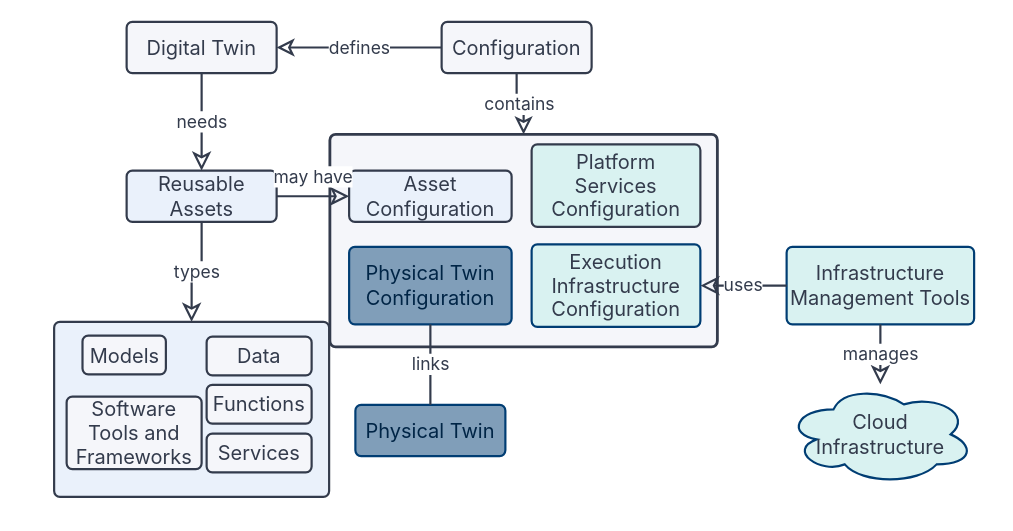
The draw.io diagram page 20 of 26 of docs/assets/diagrams/dtaas-diagrams.drawio in INTO-CPS-Association/DTaaS, before the edit. Source tidied: cells renumbered, new cells numbered last; positions are measured from the earlier drawing's top-left corner, leaving out a move shared by most shapes. Both pictures are drawn from the tidied source at 125%, with x=0, y=0 at pixel (54, 21).
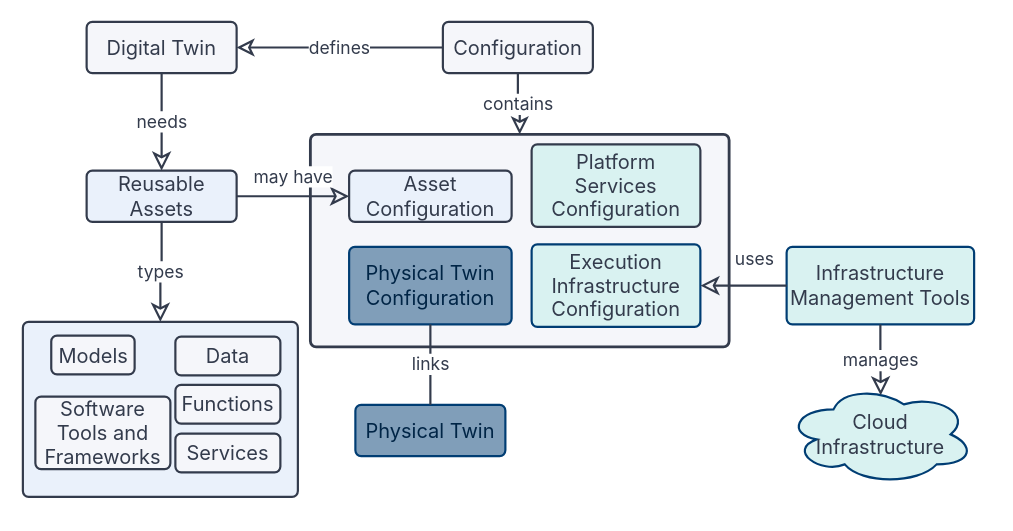
The same diagram, later.

The change refers to these unchanged cells:
```xml
<mxCell id="3" style="group;" parent="2" vertex="1">
  <mxGeometry width="673" height="380" as="geometry" />
</mxCell>
<mxCell id="21" value="&lt;font style=&quot;font-size: 16px;&quot;&gt;Execution Infrastructure Configuration&lt;/font&gt;" style="rounded=1;whiteSpace=wrap;html=1;fillColor=#d9f2f1;strokeWidth=1.75;gradientColor=#d9f2f1;strokeColor=#003d73;absoluteArcSize=1;arcSize=9.25;fontColor=#333b4c;fontFamily=Inter;fontSize=16;" parent="3" vertex="1">
  <mxGeometry x="372" y="178" width="135" height="66" as="geometry" />
</mxCell>
<mxCell id="22" value="&lt;span style=&quot;font-size: 16px;&quot;&gt;Infrastructure Management Tools&lt;/span&gt;" style="rounded=1;whiteSpace=wrap;html=1;fillColor=#d9f2f1;strokeWidth=1.75;gradientColor=#d9f2f1;strokeColor=#003d73;absoluteArcSize=1;arcSize=9.25;fontColor=#333b4c;fontFamily=Inter;fontSize=16;" parent="3" vertex="1">
  <mxGeometry x="576" y="180" width="150" height="62" as="geometry" />
</mxCell>
<mxCell id="23" value="Cloud &lt;br&gt;Infrastructure" style="ellipse;shape=cloud;whiteSpace=wrap;html=1;fontSize=16;strokeWidth=1.75;fillColor=#d9f2f1;gradientColor=#d9f2f1;strokeColor=#003d73;fontColor=#333b4c;fontFamily=Inter;" parent="3" vertex="1">
  <mxGeometry x="576" y="290" width="150" height="80" as="geometry" />
</mxCell>
```

Change to the diagram source:
```diff
@@
     <mxCell id="4" style="rounded=1;whiteSpace=wrap;html=1;fillColor=#f5f6fa;strokeWidth=2.25;strokeColor=#333b4c;absoluteArcSize=1;arcSize=9.25;" parent="3" vertex="1">
-      <mxGeometry x="210.6" y="90" width="310" height="170" as="geometry" />
+      <mxGeometry x="195" y="90" width="335" height="170" as="geometry" />
     </mxCell>
     <mxCell id="5" value="&lt;font style=&quot;font-size: 16px;&quot;&gt;Digital Twin&lt;/font&gt;" style="rounded=1;whiteSpace=wrap;html=1;fontColor=#333b4c;fillColor=#f5f6fa;strokeWidth=1.75;strokeColor=#333b4c;absoluteArcSize=1;arcSize=9.25;fontFamily=Inter;fontSize=16;" parent="3" vertex="1">
-      <mxGeometry x="48" width="120" height="41" as="geometry" />
+      <mxGeometry x="16" width="120" height="41" as="geometry" />
     </mxCell>
     <mxCell id="6" value="&lt;font style=&quot;font-size: 16px;&quot;&gt;Reusable Assets&lt;/font&gt;" style="rounded=1;whiteSpace=wrap;html=1;fillColor=#eaf1fb;strokeWidth=1.75;strokeColor=#333b4c;absoluteArcSize=1;arcSize=9.25;fontColor=#333b4c;fontFamily=Inter;fontSize=16;" parent="3" vertex="1">
-      <mxGeometry x="48" y="119" width="120" height="41" as="geometry" />
+      <mxGeometry x="16" y="119" width="120" height="41" as="geometry" />
     </mxCell>
@@
     <mxCell id="8" style="group;" parent="3" vertex="1">
-      <mxGeometry y="240" width="185" height="140" as="geometry" />
+      <mxGeometry x="-25" y="240" width="185" height="140" as="geometry" />
     </mxCell>
@@
     <mxCell id="15" value="&lt;font style=&quot;font-size: 16px;&quot;&gt;Configuration&lt;/font&gt;" style="rounded=1;whiteSpace=wrap;html=1;fontColor=#333b4c;fillColor=#f5f6fa;strokeWidth=1.75;strokeColor=#333b4c;absoluteArcSize=1;arcSize=9.25;fontFamily=Inter;fontSize=16;" parent="3" vertex="1">
-      <mxGeometry x="300" width="120" height="41" as="geometry" />
+      <mxGeometry x="301" width="120" height="41" as="geometry" />
     </mxCell>
@@
     <mxCell id="19" value="&lt;font style=&quot;font-size: 16px;&quot;&gt;Services&lt;/font&gt;" style="rounded=1;whiteSpace=wrap;html=1;fontColor=#333b4c;fillColor=#f5f6fa;strokeWidth=1.75;strokeColor=#333b4c;absoluteArcSize=1;arcSize=9.25;fontFamily=Inter;fontSize=16;" parent="3" vertex="1">
-      <mxGeometry x="112" y="329.4" width="84" height="31" as="geometry" />
+      <mxGeometry x="87" y="329.4" width="84" height="31" as="geometry" />
     </mxCell>
@@
-    <mxCell id="24" value="manages" style="edgeStyle=orthogonalEdgeStyle;rounded=0;jettySize=auto;html=1;exitX=0.5;exitY=1;exitDx=0;exitDy=0;entryX=0.5;entryY=0;entryDx=0;entryDy=0;fontSize=14;fontColor=#333b4c;startArrow=none;startFill=0;endArrow=classic;endFill=0;startSize=12;endSize=10;strokeColor=#333b4c;strokeWidth=1.75;entryPerimeter=0;fontFamily=Inter;labelBackgroundColor=#ffffff;" parent="3" edge="1" source="22" target="23">
+    <mxCell id="24" value="manages" style="edgeStyle=orthogonalEdgeStyle;rounded=0;jettySize=auto;html=1;exitX=0.5;exitY=1;exitDx=0;exitDy=0;entryX=0.502;entryY=0.11;entryDx=0;entryDy=0;fontSize=14;fontColor=#333b4c;startArrow=none;startFill=0;endArrow=classic;endFill=0;startSize=12;endSize=10;strokeColor=#333b4c;strokeWidth=1.75;entryPerimeter=0;fontFamily=Inter;labelBackgroundColor=#ffffff;" parent="3" edge="1" source="22" target="23">
       <mxGeometry relative="1" as="geometry" />
     </mxCell>
@@
     <mxCell id="27" value="uses" style="edgeStyle=orthogonalEdgeStyle;rounded=0;jettySize=auto;html=1;exitX=0;exitY=0.5;exitDx=0;exitDy=0;fontSize=14;fontColor=#333b4c;startArrow=none;startFill=0;endArrow=classic;endFill=0;startSize=12;endSize=10;strokeColor=#333b4c;strokeWidth=1.75;fontFamily=Inter;labelBackgroundColor=#ffffff;entryX=1;entryY=0.5;" parent="3" edge="1" source="22" target="21">
-      <mxGeometry relative="1" as="geometry" />
+      <mxGeometry x="-0.25" y="-21" relative="1" as="geometry" />
     </mxCell>
```
